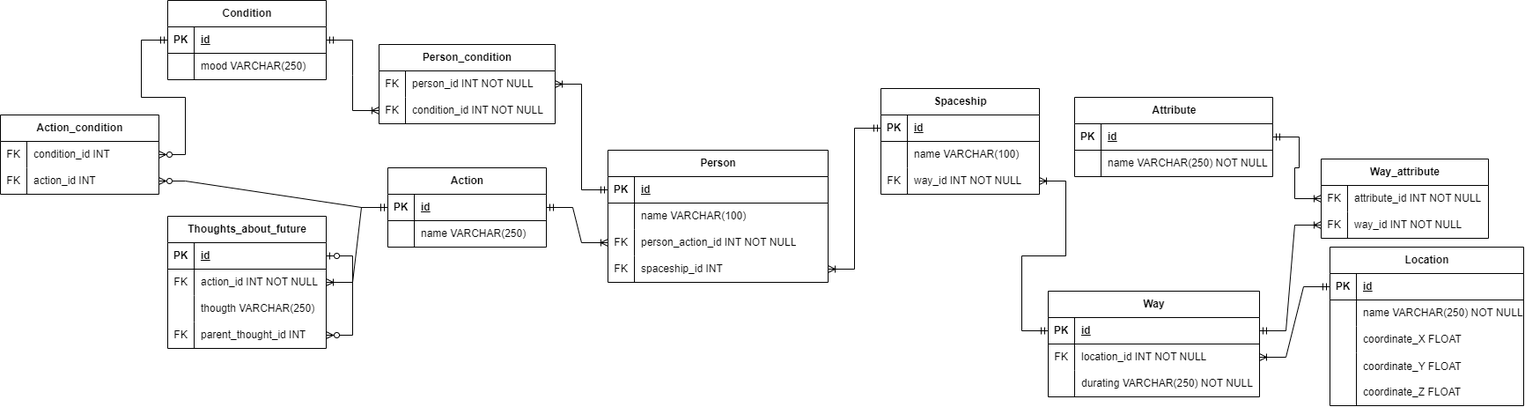
Before: DataBases/lab1/DatalogicDiagram.drawio.png, a diagram exported from draw.io (EgorovaVarvara/ITMO). Source tidied: cells renumbered, new cells last; positions are measured from the earlier drawing's top-left corner, leaving out a move shared by most shapes.
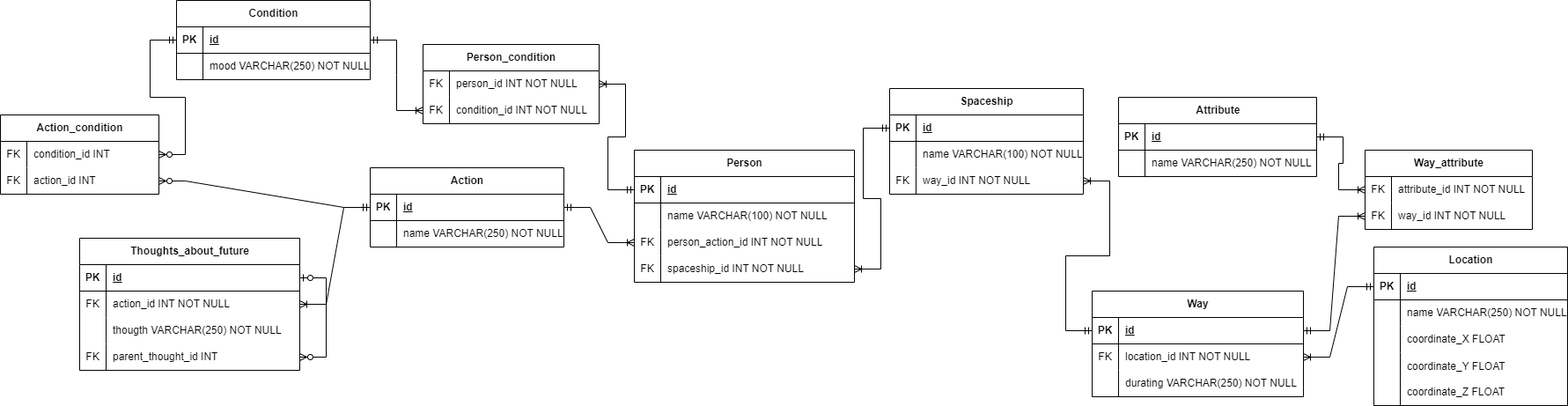
After the commit.

Change to the diagram source:
```diff
@@ -3,7 +3,7 @@
     <mxCell id="0" />
     <mxCell id="1" parent="0" />
     <mxCell id="2" value="Person" style="shape=table;startSize=30;rowLines=0;fontStyle=1;align=center;html=1;" parent="1" vertex="1">
-      <mxGeometry x="690" y="170" width="250" height="150" as="geometry" />
+      <mxGeometry x="670" y="170" width="250" height="150" as="geometry" />
     </mxCell>
     <mxCell id="3" style="shape=tableRow;horizontal=0;startSize=0;swimlaneHead=0;swimlaneBody=0;fillColor=none;points=[[0,0.5],[1,0.5]];portConstraint=eastwest;top=0;left=0;right=0;bottom=1;" parent="2" vertex="1">
       <mxGeometry y="30" width="250" height="30" as="geometry" />
@@ -20,7 +20,7 @@
     <mxCell id="7" style="shape=partialRectangle;fillColor=none;top=0;left=0;bottom=0;right=0;overflow=hidden;whiteSpace=wrap;html=1;" parent="6" vertex="1">
       <mxGeometry width="30" height="30" as="geometry" />
     </mxCell>
-    <mxCell id="8" value="name VARCHAR(100)" style="shape=partialRectangle;fillColor=none;top=0;left=0;bottom=0;right=0;align=left;spacingLeft=6;overflow=hidden;whiteSpace=wrap;html=1;" parent="6" vertex="1">
+    <mxCell id="8" value="name VARCHAR(100) NOT NULL" style="shape=partialRectangle;fillColor=none;top=0;left=0;bottom=0;right=0;align=left;spacingLeft=6;overflow=hidden;whiteSpace=wrap;html=1;" parent="6" vertex="1">
       <mxGeometry x="30" width="220" height="30" as="geometry" />
     </mxCell>
     <mxCell id="9" style="shape=tableRow;horizontal=0;startSize=0;swimlaneHead=0;swimlaneBody=0;fillColor=none;points=[[0,0.5],[1,0.5]];portConstraint=eastwest;top=0;left=0;right=0;bottom=0;" parent="2" vertex="1">
@@ -38,29 +38,29 @@
     <mxCell id="13" value="FK" style="shape=partialRectangle;fillColor=none;top=0;left=0;bottom=0;right=0;overflow=hidden;whiteSpace=wrap;html=1;" parent="12" vertex="1">
       <mxGeometry width="30" height="30" as="geometry" />
     </mxCell>
-    <mxCell id="14" value="spaceship_id INT&amp;nbsp;" style="shape=partialRectangle;fillColor=none;top=0;left=0;bottom=0;right=0;align=left;spacingLeft=6;overflow=hidden;whiteSpace=wrap;html=1;" parent="12" vertex="1">
+    <mxCell id="14" value="spaceship_id INT NOT NULL&amp;nbsp;" style="shape=partialRectangle;fillColor=none;top=0;left=0;bottom=0;right=0;align=left;spacingLeft=6;overflow=hidden;whiteSpace=wrap;html=1;" parent="12" vertex="1">
       <mxGeometry x="30" width="220" height="30" as="geometry" />
     </mxCell>
     <mxCell id="15" value="Action" style="shape=table;startSize=30;rowLines=0;fontStyle=1;align=center;html=1;" parent="1" vertex="1">
-      <mxGeometry x="440" y="190" width="180" height="90" as="geometry" />
+      <mxGeometry x="370" y="190" width="220" height="90" as="geometry" />
     </mxCell>
     <mxCell id="16" style="shape=tableRow;horizontal=0;startSize=0;swimlaneHead=0;swimlaneBody=0;fillColor=none;points=[[0,0.5],[1,0.5]];portConstraint=eastwest;top=0;left=0;right=0;bottom=1;" parent="15" vertex="1">
-      <mxGeometry y="30" width="180" height="30" as="geometry" />
+      <mxGeometry y="30" width="220" height="30" as="geometry" />
     </mxCell>
     <mxCell id="17" value="PK" style="shape=partialRectangle;fillColor=none;top=0;left=0;bottom=0;right=0;fontStyle=1;overflow=hidden;whiteSpace=wrap;html=1;" parent="16" vertex="1">
       <mxGeometry width="30" height="30" as="geometry" />
     </mxCell>
     <mxCell id="18" value="id" style="shape=partialRectangle;fillColor=none;top=0;left=0;bottom=0;right=0;align=left;spacingLeft=6;fontStyle=5;overflow=hidden;whiteSpace=wrap;html=1;" parent="16" vertex="1">
-      <mxGeometry x="30" width="150" height="30" as="geometry" />
+      <mxGeometry x="30" width="190" height="30" as="geometry" />
     </mxCell>
     <mxCell id="19" style="shape=tableRow;horizontal=0;startSize=0;swimlaneHead=0;swimlaneBody=0;fillColor=none;top=0;left=0;right=0;bottom=0;" parent="15" vertex="1">
-      <mxGeometry y="60" width="180" height="30" as="geometry" />
+      <mxGeometry y="60" width="220" height="30" as="geometry" />
     </mxCell>
     <mxCell id="20" style="shape=partialRectangle;fillColor=none;top=0;left=0;bottom=0;right=0;overflow=hidden;whiteSpace=wrap;html=1;" parent="19" vertex="1">
       <mxGeometry width="30" height="30" as="geometry" />
     </mxCell>
-    <mxCell id="21" value="name VARCHAR(250)" style="shape=partialRectangle;fillColor=none;top=0;left=0;bottom=0;right=0;align=left;spacingLeft=6;overflow=hidden;whiteSpace=wrap;html=1;" parent="19" vertex="1">
-      <mxGeometry x="30" width="150" height="30" as="geometry" />
+    <mxCell id="21" value="name VARCHAR(250) NOT NULL" style="shape=partialRectangle;fillColor=none;top=0;left=0;bottom=0;right=0;align=left;spacingLeft=6;overflow=hidden;whiteSpace=wrap;html=1;" parent="19" vertex="1">
+      <mxGeometry x="30" width="190" height="30" as="geometry" />
     </mxCell>
     <mxCell id="22" style="edgeStyle=entityRelationEdgeStyle;fontSize=12;html=1;endArrow=ERoneToMany;startArrow=ERmandOne;rounded=0;entryX=0;entryY=0.5;entryDx=0;entryDy=0;exitX=1;exitY=0.5;exitDx=0;exitDy=0;" parent="1" edge="1" source="16" target="9">
       <mxGeometry relative="1" as="geometry" />
@@ -90,67 +90,67 @@
       <mxGeometry relative="1" as="geometry" />
     </mxCell>
     <mxCell id="31" value="Condition" style="shape=table;startSize=30;rowLines=0;fontStyle=1;align=center;html=1;" parent="1" vertex="1">
-      <mxGeometry x="190" width="180" height="90" as="geometry" />
+      <mxGeometry x="150" width="220" height="90" as="geometry" />
     </mxCell>
     <mxCell id="32" style="shape=tableRow;horizontal=0;startSize=0;swimlaneHead=0;swimlaneBody=0;fillColor=none;points=[[0,0.5],[1,0.5]];portConstraint=eastwest;top=0;left=0;right=0;bottom=1;" parent="31" vertex="1">
-      <mxGeometry y="30" width="180" height="30" as="geometry" />
+      <mxGeometry y="30" width="220" height="30" as="geometry" />
     </mxCell>
     <mxCell id="33" value="PK" style="shape=partialRectangle;fillColor=none;top=0;left=0;bottom=0;right=0;fontStyle=1;overflow=hidden;whiteSpace=wrap;html=1;" parent="32" vertex="1">
       <mxGeometry width="30" height="30" as="geometry" />
     </mxCell>
     <mxCell id="34" value="id" style="shape=partialRectangle;fillColor=none;top=0;left=0;bottom=0;right=0;align=left;spacingLeft=6;fontStyle=5;overflow=hidden;whiteSpace=wrap;html=1;" parent="32" vertex="1">
-      <mxGeometry x="30" width="150" height="30" as="geometry" />
+      <mxGeometry x="30" width="190" height="30" as="geometry" />
     </mxCell>
     <mxCell id="35" style="shape=tableRow;horizontal=0;startSize=0;swimlaneHead=0;swimlaneBody=0;fillColor=none;top=0;left=0;right=0;bottom=0;" parent="31" vertex="1">
-      <mxGeometry y="60" width="180" height="30" as="geometry" />
+      <mxGeometry y="60" width="220" height="30" as="geometry" />
     </mxCell>
     <mxCell id="36" style="shape=partialRectangle;fillColor=none;top=0;left=0;bottom=0;right=0;overflow=hidden;whiteSpace=wrap;html=1;" parent="35" vertex="1">
       <mxGeometry width="30" height="30" as="geometry" />
     </mxCell>
-    <mxCell id="37" value="mood VARCHAR(250)" style="shape=partialRectangle;fillColor=none;top=0;left=0;bottom=0;right=0;align=left;spacingLeft=6;overflow=hidden;whiteSpace=wrap;html=1;" parent="35" vertex="1">
-      <mxGeometry x="30" width="150" height="30" as="geometry" />
+    <mxCell id="37" value="mood VARCHAR(250) NOT NULL" style="shape=partialRectangle;fillColor=none;top=0;left=0;bottom=0;right=0;align=left;spacingLeft=6;overflow=hidden;whiteSpace=wrap;html=1;" parent="35" vertex="1">
+      <mxGeometry x="30" width="190" height="30" as="geometry" />
     </mxCell>
     <mxCell id="38" style="edgeStyle=entityRelationEdgeStyle;fontSize=12;html=1;endArrow=ERoneToMany;startArrow=ERmandOne;rounded=0;exitX=1;exitY=0.5;exitDx=0;exitDy=0;entryX=0;entryY=0.5;entryDx=0;entryDy=0;" parent="1" edge="1" source="32" target="27">
       <mxGeometry relative="1" as="geometry" />
     </mxCell>
     <mxCell id="39" value="Thoughts_about_future" style="shape=table;startSize=30;rowLines=0;fontStyle=1;align=center;html=1;" parent="1" vertex="1">
-      <mxGeometry x="190" y="245" width="180" height="150" as="geometry" />
+      <mxGeometry x="40" y="270" width="250" height="150" as="geometry" />
     </mxCell>
     <mxCell id="40" style="shape=tableRow;horizontal=0;startSize=0;swimlaneHead=0;swimlaneBody=0;fillColor=none;points=[[0,0.5],[1,0.5]];portConstraint=eastwest;top=0;left=0;right=0;bottom=1;" parent="39" vertex="1">
-      <mxGeometry y="30" width="180" height="30" as="geometry" />
+      <mxGeometry y="30" width="250" height="30" as="geometry" />
     </mxCell>
     <mxCell id="41" value="PK" style="shape=partialRectangle;fillColor=none;top=0;left=0;bottom=0;right=0;fontStyle=1;overflow=hidden;whiteSpace=wrap;html=1;" parent="40" vertex="1">
       <mxGeometry width="30" height="30" as="geometry" />
     </mxCell>
     <mxCell id="42" value="id" style="shape=partialRectangle;fillColor=none;top=0;left=0;bottom=0;right=0;align=left;spacingLeft=6;fontStyle=5;overflow=hidden;whiteSpace=wrap;html=1;" parent="40" vertex="1">
-      <mxGeometry x="30" width="150" height="30" as="geometry" />
+      <mxGeometry x="30" width="220" height="30" as="geometry" />
     </mxCell>
     <mxCell id="43" style="shape=tableRow;horizontal=0;startSize=0;swimlaneHead=0;swimlaneBody=0;fillColor=none;points=[[0,0.5],[1,0.5]];portConstraint=eastwest;top=0;left=0;right=0;bottom=0;" parent="39" vertex="1">
-      <mxGeometry y="60" width="180" height="30" as="geometry" />
+      <mxGeometry y="60" width="250" height="30" as="geometry" />
     </mxCell>
     <mxCell id="44" value="FK" style="shape=partialRectangle;fillColor=none;top=0;left=0;bottom=0;right=0;overflow=hidden;whiteSpace=wrap;html=1;" parent="43" vertex="1">
       <mxGeometry width="30" height="30" as="geometry" />
     </mxCell>
     <mxCell id="45" value="action_id INT NOT NULL" style="shape=partialRectangle;fillColor=none;top=0;left=0;bottom=0;right=0;align=left;spacingLeft=6;overflow=hidden;whiteSpace=wrap;html=1;" parent="43" vertex="1">
-      <mxGeometry x="30" width="150" height="30" as="geometry" />
+      <mxGeometry x="30" width="220" height="30" as="geometry" />
     </mxCell>
     <mxCell id="46" style="shape=tableRow;horizontal=0;startSize=0;swimlaneHead=0;swimlaneBody=0;fillColor=none;top=0;left=0;right=0;bottom=0;" parent="39" vertex="1">
-      <mxGeometry y="90" width="180" height="30" as="geometry" />
+      <mxGeometry y="90" width="250" height="30" as="geometry" />
     </mxCell>
     <mxCell id="47" style="shape=partialRectangle;fillColor=none;top=0;left=0;bottom=0;right=0;overflow=hidden;whiteSpace=wrap;html=1;" parent="46" vertex="1">
       <mxGeometry width="30" height="30" as="geometry" />
     </mxCell>
-    <mxCell id="48" value="thougth VARCHAR(250)" style="shape=partialRectangle;fillColor=none;top=0;left=0;bottom=0;right=0;align=left;spacingLeft=6;overflow=hidden;whiteSpace=wrap;html=1;" parent="46" vertex="1">
-      <mxGeometry x="30" width="150" height="30" as="geometry" />
+    <mxCell id="48" value="thougth VARCHAR(250) NOT NULL" style="shape=partialRectangle;fillColor=none;top=0;left=0;bottom=0;right=0;align=left;spacingLeft=6;overflow=hidden;whiteSpace=wrap;html=1;" parent="46" vertex="1">
+      <mxGeometry x="30" width="220" height="30" as="geometry" />
     </mxCell>
     <mxCell id="49" style="shape=tableRow;horizontal=0;startSize=0;swimlaneHead=0;swimlaneBody=0;fillColor=none;points=[[0,0.5],[1,0.5]];portConstraint=eastwest;top=0;left=0;right=0;bottom=0;" parent="39" vertex="1">
-      <mxGeometry y="120" width="180" height="30" as="geometry" />
+      <mxGeometry y="120" width="250" height="30" as="geometry" />
     </mxCell>
     <mxCell id="50" value="FK" style="shape=partialRectangle;fillColor=none;top=0;left=0;bottom=0;right=0;overflow=hidden;whiteSpace=wrap;html=1;" parent="49" vertex="1">
       <mxGeometry width="30" height="30" as="geometry" />
     </mxCell>
     <mxCell id="51" value="parent_thought_id INT" style="shape=partialRectangle;fillColor=none;top=0;left=0;bottom=0;right=0;align=left;spacingLeft=6;overflow=hidden;whiteSpace=wrap;html=1;" parent="49" vertex="1">
-      <mxGeometry x="30" width="150" height="30" as="geometry" />
+      <mxGeometry x="30" width="220" height="30" as="geometry" />
     </mxCell>
     <mxCell id="52" style="edgeStyle=entityRelationEdgeStyle;fontSize=12;html=1;endArrow=ERzeroToMany;startArrow=ERzeroToOne;rounded=0;exitX=1;exitY=0.5;exitDx=0;exitDy=0;" parent="39" edge="1" source="40" target="49">
       <mxGeometry relative="1" as="geometry" />
@@ -159,7 +159,7 @@
       <mxGeometry relative="1" as="geometry" />
     </mxCell>
     <mxCell id="54" value="Action_condition" style="shape=table;startSize=30;rowLines=0;fontStyle=1;align=center;html=1;" parent="1" vertex="1">
-      <mxGeometry y="130" width="180" height="90" as="geometry" />
+      <mxGeometry x="-50" y="130" width="180" height="90" as="geometry" />
     </mxCell>
     <mxCell id="55" style="shape=tableRow;horizontal=0;startSize=0;swimlaneHead=0;swimlaneBody=0;fillColor=none;points=[[0,0.5],[1,0.5]];portConstraint=eastwest;top=0;left=0;right=0;bottom=0;" parent="54" vertex="1">
       <mxGeometry y="30" width="180" height="30" as="geometry" />
@@ -186,34 +186,34 @@
       <mxGeometry relative="1" as="geometry" />
     </mxCell>
     <mxCell id="63" value="Spaceship" style="shape=table;startSize=30;rowLines=0;fontStyle=1;align=center;html=1;" parent="1" vertex="1">
-      <mxGeometry x="1000" y="100" width="180" height="120" as="geometry" />
+      <mxGeometry x="960" y="100" width="220" height="120" as="geometry" />
     </mxCell>
     <mxCell id="64" style="shape=tableRow;horizontal=0;startSize=0;swimlaneHead=0;swimlaneBody=0;fillColor=none;points=[[0,0.5],[1,0.5]];portConstraint=eastwest;top=0;left=0;right=0;bottom=1;" parent="63" vertex="1">
-      <mxGeometry y="30" width="180" height="30" as="geometry" />
+      <mxGeometry y="30" width="220" height="30" as="geometry" />
     </mxCell>
     <mxCell id="65" value="PK" style="shape=partialRectangle;fillColor=none;top=0;left=0;bottom=0;right=0;fontStyle=1;overflow=hidden;whiteSpace=wrap;html=1;" parent="64" vertex="1">
       <mxGeometry width="30" height="30" as="geometry" />
     </mxCell>
     <mxCell id="66" value="id" style="shape=partialRectangle;fillColor=none;top=0;left=0;bottom=0;right=0;align=left;spacingLeft=6;fontStyle=5;overflow=hidden;whiteSpace=wrap;html=1;" parent="64" vertex="1">
-      <mxGeometry x="30" width="150" height="30" as="geometry" />
+      <mxGeometry x="30" width="190" height="30" as="geometry" />
     </mxCell>
     <mxCell id="67" style="shape=tableRow;horizontal=0;startSize=0;swimlaneHead=0;swimlaneBody=0;fillColor=none;top=0;left=0;right=0;bottom=0;" parent="63" vertex="1">
-      <mxGeometry y="60" width="180" height="30" as="geometry" />
+      <mxGeometry y="60" width="220" height="30" as="geometry" />
     </mxCell>
     <mxCell id="68" style="shape=partialRectangle;fillColor=none;top=0;left=0;bottom=0;right=0;overflow=hidden;whiteSpace=wrap;html=1;" parent="67" vertex="1">
       <mxGeometry width="30" height="30" as="geometry" />
     </mxCell>
-    <mxCell id="69" value="name VARCHAR(100)" style="shape=partialRectangle;fillColor=none;top=0;left=0;bottom=0;right=0;align=left;spacingLeft=6;overflow=hidden;whiteSpace=wrap;html=1;" parent="67" vertex="1">
-      <mxGeometry x="30" width="150" height="30" as="geometry" />
+    <mxCell id="69" value="name VARCHAR(100) NOT NULL" style="shape=partialRectangle;fillColor=none;top=0;left=0;bottom=0;right=0;align=left;spacingLeft=6;overflow=hidden;whiteSpace=wrap;html=1;" parent="67" vertex="1">
+      <mxGeometry x="30" width="190" height="30" as="geometry" />
     </mxCell>
     <mxCell id="70" style="shape=tableRow;horizontal=0;startSize=0;swimlaneHead=0;swimlaneBody=0;fillColor=none;points=[[0,0.5],[1,0.5]];portConstraint=eastwest;top=0;left=0;right=0;bottom=0;" parent="63" vertex="1">
-      <mxGeometry y="90" width="180" height="30" as="geometry" />
+      <mxGeometry y="90" width="220" height="30" as="geometry" />
     </mxCell>
     <mxCell id="71" value="FK" style="shape=partialRectangle;fillColor=none;top=0;left=0;bottom=0;right=0;overflow=hidden;whiteSpace=wrap;html=1;" parent="70" vertex="1">
       <mxGeometry width="30" height="30" as="geometry" />
     </mxCell>
     <mxCell id="72" value="way_id INT NOT NULL" style="shape=partialRectangle;fillColor=none;top=0;left=0;bottom=0;right=0;align=left;spacingLeft=6;overflow=hidden;whiteSpace=wrap;html=1;" parent="70" vertex="1">
-      <mxGeometry x="30" width="150" height="30" as="geometry" />
+      <mxGeometry x="30" width="190" height="30" as="geometry" />
     </mxCell>
     <mxCell id="73" style="edgeStyle=entityRelationEdgeStyle;fontSize=12;html=1;endArrow=ERoneToMany;startArrow=ERmandOne;rounded=0;entryX=1;entryY=0.5;entryDx=0;entryDy=0;exitX=0;exitY=0.5;exitDx=0;exitDy=0;" parent="1" edge="1" source="64" target="12">
       <mxGeometry relative="1" as="geometry" />
@@ -291,7 +291,7 @@
       <mxGeometry x="30" width="190" height="60" as="geometry" />
     </mxCell>
     <mxCell id="98" value="Way_attribute" style="shape=table;startSize=30;rowLines=0;fontStyle=1;align=center;html=1;" parent="1" vertex="1">
-      <mxGeometry x="1500" y="180" width="190" height="90" as="geometry" />
+      <mxGeometry x="1500" y="170" width="190" height="90" as="geometry" />
     </mxCell>
     <mxCell id="99" style="shape=tableRow;horizontal=0;startSize=0;swimlaneHead=0;swimlaneBody=0;fillColor=none;points=[[0,0.5],[1,0.5]];portConstraint=eastwest;top=0;left=0;right=0;bottom=0;" parent="98" vertex="1">
       <mxGeometry y="30" width="190" height="30" as="geometry" />
```
